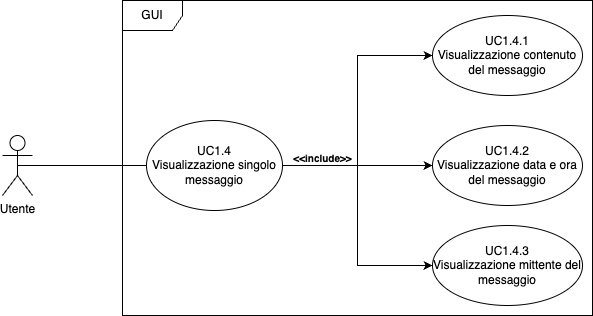
SweeTenTeam/Docs keeps this draw.io diagram as images/analisi-dei-requisiti/UC_view_single_mess.png. Above is the earlier version. Source tidied: cells renumbered, new cells last; positions are measured from the earlier drawing's top-left corner, leaving out a move shared by most shapes.
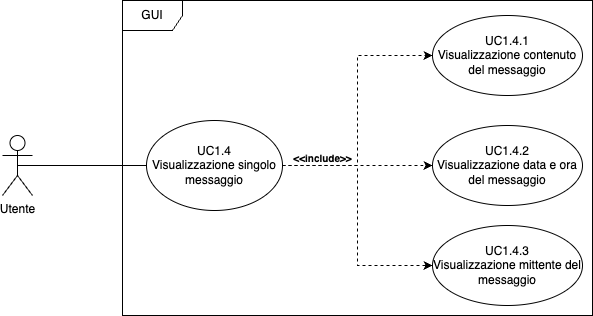
The same file after the commit.

Change to the diagram source:
```diff
@@ -8,13 +8,13 @@
     <mxCell id="3" value="Utente" style="shape=umlActor;verticalLabelPosition=bottom;verticalAlign=top;html=1;" parent="1" vertex="1">
       <mxGeometry y="135" width="30" height="60" as="geometry" />
     </mxCell>
-    <mxCell id="4" style="edgeStyle=orthogonalEdgeStyle;rounded=0;jettySize=auto;html=1;entryX=0;entryY=0.5;entryDx=0;entryDy=0;" parent="1" edge="1" source="7" target="8">
+    <mxCell id="4" style="edgeStyle=orthogonalEdgeStyle;rounded=0;jettySize=auto;html=1;entryX=0;entryY=0.5;entryDx=0;entryDy=0;dashed=1;" parent="1" edge="1" source="7" target="8">
       <mxGeometry relative="1" as="geometry" />
     </mxCell>
-    <mxCell id="5" style="edgeStyle=orthogonalEdgeStyle;rounded=0;jettySize=auto;html=1;entryX=0;entryY=0.5;entryDx=0;entryDy=0;" parent="1" edge="1" source="7" target="11">
+    <mxCell id="5" style="edgeStyle=orthogonalEdgeStyle;rounded=0;jettySize=auto;html=1;entryX=0;entryY=0.5;entryDx=0;entryDy=0;dashed=1;" parent="1" edge="1" source="7" target="11">
       <mxGeometry relative="1" as="geometry" />
     </mxCell>
-    <mxCell id="6" style="edgeStyle=orthogonalEdgeStyle;rounded=0;jettySize=auto;html=1;entryX=0;entryY=0.5;entryDx=0;entryDy=0;" parent="1" edge="1" source="7" target="12">
+    <mxCell id="6" style="edgeStyle=orthogonalEdgeStyle;rounded=0;jettySize=auto;html=1;entryX=0;entryY=0.5;entryDx=0;entryDy=0;dashed=1;" parent="1" edge="1" source="7" target="12">
       <mxGeometry relative="1" as="geometry" />
     </mxCell>
     <mxCell id="7" value="UC1.4&lt;br&gt;Visualizzazione singolo messaggio" style="ellipse;whiteSpace=wrap;html=1;" parent="1" vertex="1">
```
